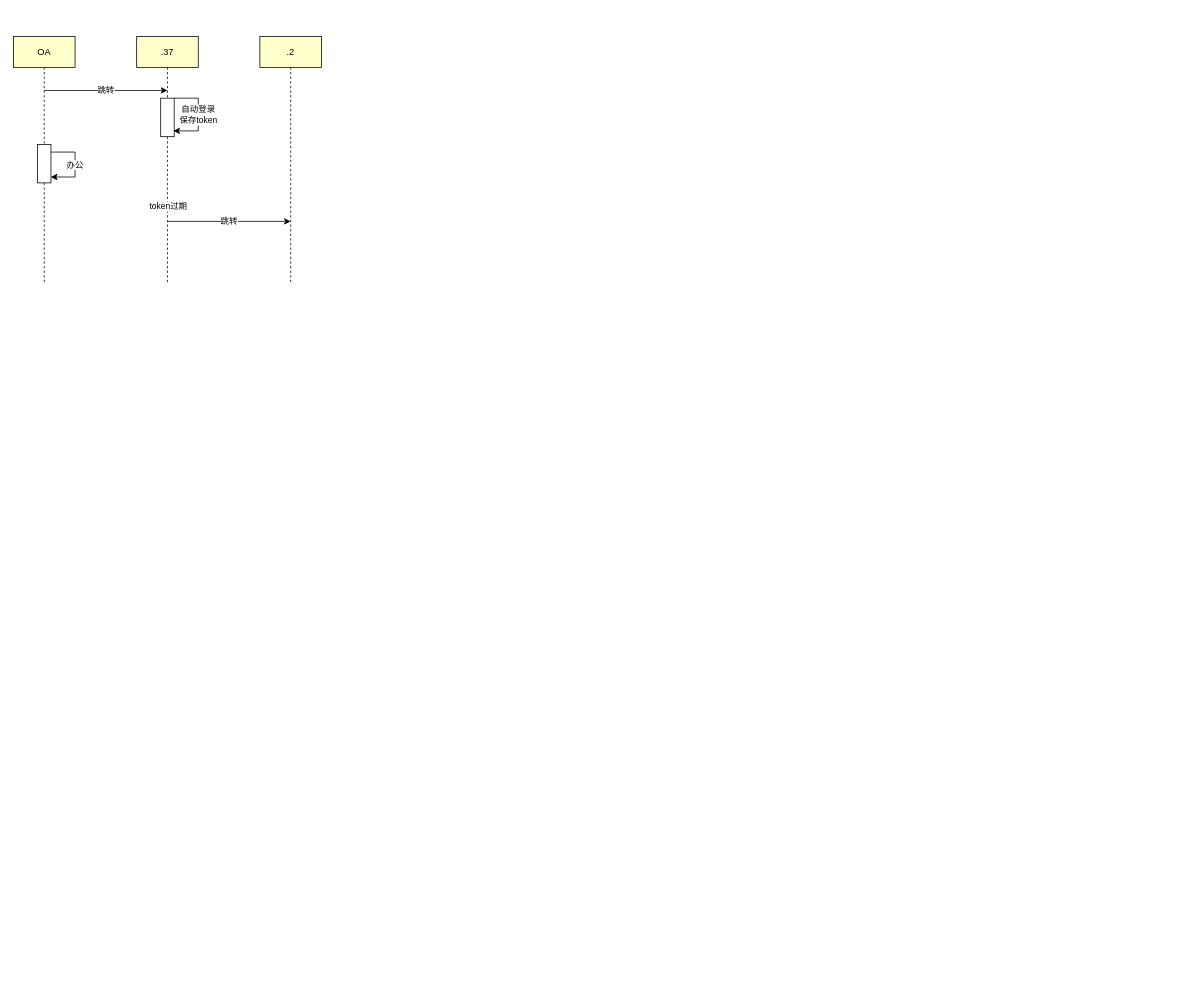
The draw.io diagram drawio/architecture.drawio in RainbowJier/GeneralLoginModule, before the edit. Source tidied: cells renumbered, new cells numbered last; positions are measured from the earlier drawing's top-left corner, leaving out a move shared by most shapes. Both pictures are drawn from the tidied source at 77%, with x=0, y=0 at pixel (13, 36).
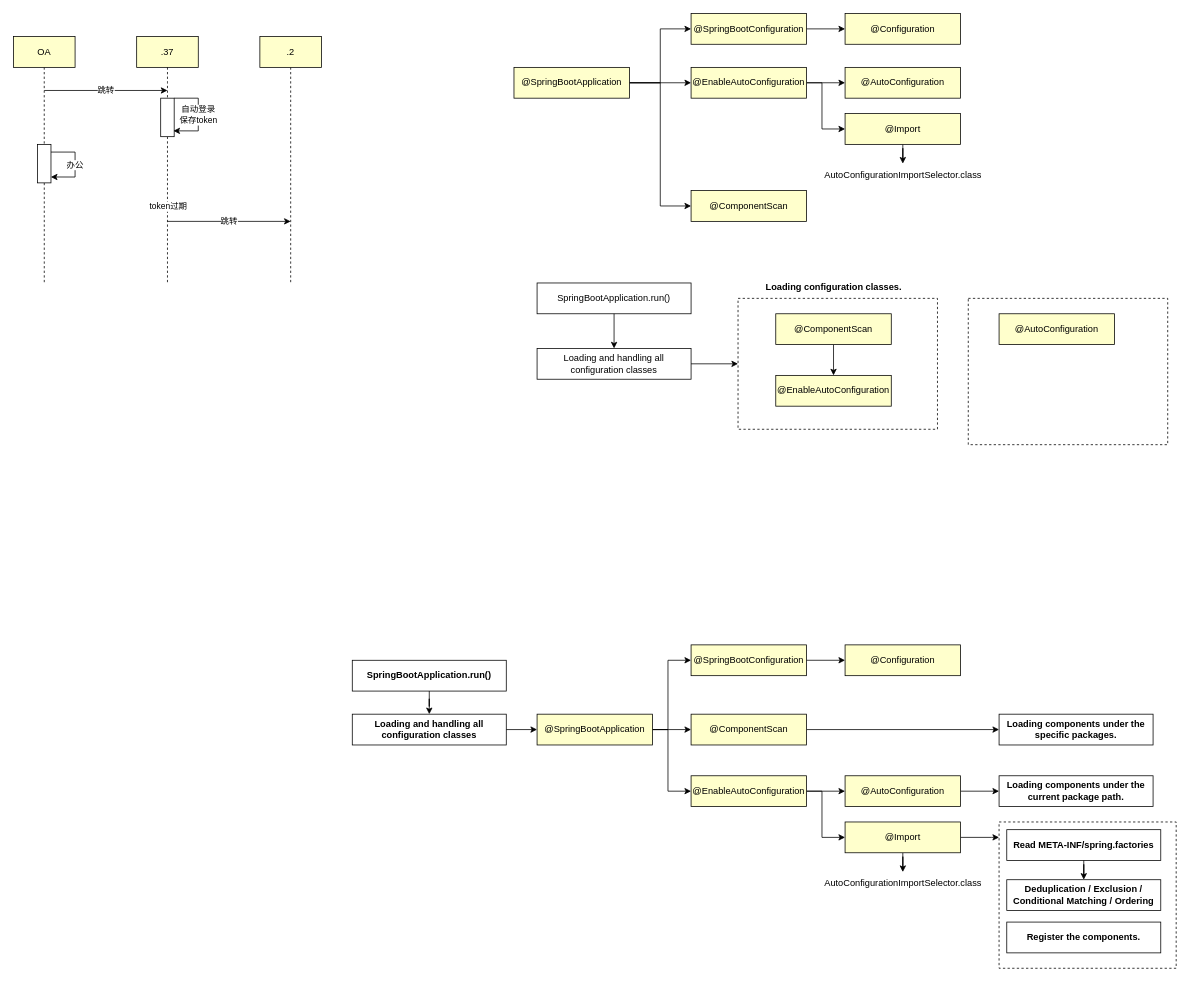
Above is the later version.

What changed in the source:
```diff
@@
+    <mxCell id="17" style="edgeStyle=orthogonalEdgeStyle;rounded=0;jettySize=auto;html=1;" parent="1" edge="1" source="20" target="25">
+      <mxGeometry relative="1" as="geometry">
+        <Array as="points">
+          <mxPoint x="840" y="60" />
+          <mxPoint x="840" y="220" />
+        </Array>
+      </mxGeometry>
+    </mxCell>
+    <mxCell id="18" style="edgeStyle=orthogonalEdgeStyle;rounded=0;jettySize=auto;html=1;" parent="1" edge="1" source="20" target="24">
+      <mxGeometry relative="1" as="geometry" />
+    </mxCell>
+    <mxCell id="19" style="edgeStyle=orthogonalEdgeStyle;rounded=0;jettySize=auto;html=1;entryX=0;entryY=0.5;entryDx=0;entryDy=0;" parent="1" edge="1" source="20" target="21">
+      <mxGeometry relative="1" as="geometry" />
+    </mxCell>
+    <mxCell id="20" value="@SpringBootApplication" style="rounded=0;whiteSpace=wrap;html=1;fillColor=#FFFFCC;" parent="1" vertex="1">
+      <mxGeometry x="650" y="40" width="150" height="40" as="geometry" />
+    </mxCell>
+    <mxCell id="21" value="@SpringBootConfiguration" style="rounded=0;whiteSpace=wrap;html=1;fillColor=#FFFFCC;" parent="1" vertex="1">
+      <mxGeometry x="880" y="-30" width="150" height="40" as="geometry" />
+    </mxCell>
+    <mxCell id="22" style="edgeStyle=orthogonalEdgeStyle;rounded=0;jettySize=auto;html=1;" parent="1" edge="1" source="24" target="26">
+      <mxGeometry relative="1" as="geometry" />
+    </mxCell>
+    <mxCell id="23" style="edgeStyle=orthogonalEdgeStyle;rounded=0;jettySize=auto;html=1;" parent="1" edge="1" source="24" target="30">
+      <mxGeometry relative="1" as="geometry">
+        <Array as="points">
+          <mxPoint x="1050" y="60" />
+          <mxPoint x="1050" y="120" />
+        </Array>
+      </mxGeometry>
+    </mxCell>
+    <mxCell id="24" value="@EnableAutoConfiguration" style="rounded=0;whiteSpace=wrap;html=1;fillColor=#FFFFCC;" parent="1" vertex="1">
+      <mxGeometry x="880" y="40" width="150" height="40" as="geometry" />
+    </mxCell>
+    <mxCell id="25" value="@ComponentScan" style="rounded=0;whiteSpace=wrap;html=1;fillColor=#FFFFCC;" parent="1" vertex="1">
+      <mxGeometry x="880" y="200" width="150" height="40" as="geometry" />
+    </mxCell>
+    <mxCell id="26" value="@AutoConfiguration" style="rounded=0;whiteSpace=wrap;html=1;fillColor=#FFFFCC;" parent="1" vertex="1">
+      <mxGeometry x="1080" y="40" width="150" height="40" as="geometry" />
+    </mxCell>
+    <mxCell id="27" style="edgeStyle=orthogonalEdgeStyle;rounded=0;jettySize=auto;html=1;" parent="1" edge="1" source="21" target="28">
+      <mxGeometry relative="1" as="geometry" />
+    </mxCell>
+    <mxCell id="28" value="@Configuration" style="rounded=0;whiteSpace=wrap;html=1;fillColor=#FFFFCC;" parent="1" vertex="1">
+      <mxGeometry x="1080" y="-30" width="150" height="40" as="geometry" />
+    </mxCell>
+    <mxCell id="29" style="edgeStyle=orthogonalEdgeStyle;rounded=0;jettySize=auto;html=1;" parent="1" edge="1" source="30" target="31">
+      <mxGeometry relative="1" as="geometry" />
+    </mxCell>
+    <mxCell id="30" value="@Import" style="rounded=0;whiteSpace=wrap;html=1;fillColor=#FFFFCC;" parent="1" vertex="1">
+      <mxGeometry x="1080" y="100" width="150" height="40" as="geometry" />
+    </mxCell>
+    <mxCell id="31" value="&lt;span style=&quot;text-wrap-mode: wrap;&quot;&gt;AutoConfigurationImportSelector.class&lt;/span&gt;" style="text;html=1;align=center;verticalAlign=middle;points=[];strokeColor=none;fillColor=none;" parent="1" vertex="1">
+      <mxGeometry x="1040" y="165" width="230" height="30" as="geometry" />
+    </mxCell>
+    <mxCell id="32" style="edgeStyle=orthogonalEdgeStyle;rounded=0;jettySize=auto;html=1;" parent="1" edge="1" source="33" target="35">
+      <mxGeometry relative="1" as="geometry" />
+    </mxCell>
+    <mxCell id="33" value="SpringBootApplication.run()" style="rounded=0;whiteSpace=wrap;html=1;fillColor=none;" parent="1" vertex="1">
+      <mxGeometry x="680" y="320" width="200" height="40" as="geometry" />
+    </mxCell>
+    <mxCell id="34" style="edgeStyle=orthogonalEdgeStyle;rounded=0;jettySize=auto;html=1;" parent="1" edge="1" source="35" target="36">
+      <mxGeometry relative="1" as="geometry" />
+    </mxCell>
+    <mxCell id="35" value="Loading and handling all configuration classes" style="rounded=0;whiteSpace=wrap;html=1;fillColor=none;" parent="1" vertex="1">
+      <mxGeometry x="680" y="405" width="200" height="40" as="geometry" />
+    </mxCell>
+    <mxCell id="36" style="rounded=0;whiteSpace=wrap;html=1;fillColor=none;dashed=1;" parent="1" vertex="1">
+      <mxGeometry x="941" y="340" width="259" height="170" as="geometry" />
+    </mxCell>
+    <mxCell id="37" style="edgeStyle=orthogonalEdgeStyle;rounded=0;jettySize=auto;html=1;" parent="1" edge="1" source="38" target="39">
+      <mxGeometry relative="1" as="geometry" />
+    </mxCell>
+    <mxCell id="38" value="@ComponentScan" style="rounded=0;whiteSpace=wrap;html=1;fillColor=#FFFFCC;" parent="1" vertex="1">
+      <mxGeometry x="990" y="360" width="150" height="40" as="geometry" />
+    </mxCell>
+    <mxCell id="39" value="@EnableAutoConfiguration" style="rounded=0;whiteSpace=wrap;html=1;fillColor=#FFFFCC;" parent="1" vertex="1">
+      <mxGeometry x="990" y="440" width="150" height="40" as="geometry" />
+    </mxCell>
+    <mxCell id="40" value="Loading configuration classes." style="text;html=1;align=center;verticalAlign=middle;strokeColor=none;fillColor=none;fontStyle=1;" parent="1" vertex="1">
+      <mxGeometry x="975" y="310" width="180" height="30" as="geometry" />
+    </mxCell>
+    <mxCell id="41" style="rounded=0;whiteSpace=wrap;html=1;fillColor=none;dashed=1;" parent="1" vertex="1">
+      <mxGeometry x="1240" y="340" width="259" height="190" as="geometry" />
+    </mxCell>
+    <mxCell id="42" value="@AutoConfiguration" style="rounded=0;whiteSpace=wrap;html=1;fillColor=#FFFFCC;" parent="1" vertex="1">
+      <mxGeometry x="1280" y="360" width="150" height="40" as="geometry" />
+    </mxCell>
+    <mxCell id="43" style="edgeStyle=orthogonalEdgeStyle;rounded=0;jettySize=auto;html=1;entryX=0;entryY=0.5;entryDx=0;entryDy=0;" parent="1" edge="1" source="46" target="47">
+      <mxGeometry relative="1" as="geometry">
+        <Array as="points">
+          <mxPoint x="850" y="900" />
+          <mxPoint x="850" y="810" />
+        </Array>
+      </mxGeometry>
+    </mxCell>
+    <mxCell id="44" style="edgeStyle=orthogonalEdgeStyle;rounded=0;jettySize=auto;html=1;" parent="1" edge="1" source="46" target="52">
+      <mxGeometry relative="1" as="geometry" />
+    </mxCell>
+    <mxCell id="45" style="edgeStyle=orthogonalEdgeStyle;rounded=0;jettySize=auto;html=1;" parent="1" edge="1" source="46" target="50">
+      <mxGeometry relative="1" as="geometry">
+        <Array as="points">
+          <mxPoint x="850" y="900" />
+          <mxPoint x="850" y="980" />
+        </Array>
+      </mxGeometry>
+    </mxCell>
+    <mxCell id="46" value="@SpringBootApplication" style="rounded=0;whiteSpace=wrap;html=1;fillColor=#FFFFCC;" parent="1" vertex="1">
+      <mxGeometry x="680" y="880" width="150" height="40" as="geometry" />
+    </mxCell>
+    <mxCell id="47" value="@SpringBootConfiguration" style="rounded=0;whiteSpace=wrap;html=1;fillColor=#FFFFCC;" parent="1" vertex="1">
+      <mxGeometry x="880" y="790" width="150" height="40" as="geometry" />
+    </mxCell>
+    <mxCell id="48" style="edgeStyle=orthogonalEdgeStyle;rounded=0;jettySize=auto;html=1;" parent="1" edge="1" source="50" target="54">
+      <mxGeometry relative="1" as="geometry" />
+    </mxCell>
+    <mxCell id="49" style="edgeStyle=orthogonalEdgeStyle;rounded=0;jettySize=auto;html=1;" parent="1" edge="1" source="50" target="59">
+      <mxGeometry relative="1" as="geometry">
+        <Array as="points">
+          <mxPoint x="1050" y="980" />
+          <mxPoint x="1050" y="1040" />
+        </Array>
+      </mxGeometry>
+    </mxCell>
+    <mxCell id="50" value="@EnableAutoConfiguration" style="rounded=0;whiteSpace=wrap;html=1;fillColor=#FFFFCC;" parent="1" vertex="1">
+      <mxGeometry x="880" y="960" width="150" height="40" as="geometry" />
+    </mxCell>
+    <mxCell id="51" style="edgeStyle=orthogonalEdgeStyle;rounded=0;jettySize=auto;html=1;" parent="1" edge="1" source="52" target="66">
+      <mxGeometry relative="1" as="geometry" />
+    </mxCell>
+    <mxCell id="52" value="@ComponentScan" style="rounded=0;whiteSpace=wrap;html=1;fillColor=#FFFFCC;" parent="1" vertex="1">
+      <mxGeometry x="880" y="880" width="150" height="40" as="geometry" />
+    </mxCell>
+    <mxCell id="53" style="edgeStyle=orthogonalEdgeStyle;rounded=0;jettySize=auto;html=1;" parent="1" edge="1" source="54" target="65">
+      <mxGeometry relative="1" as="geometry" />
+    </mxCell>
+    <mxCell id="54" value="@AutoConfiguration" style="rounded=0;whiteSpace=wrap;html=1;fillColor=#FFFFCC;" parent="1" vertex="1">
+      <mxGeometry x="1080" y="960" width="150" height="40" as="geometry" />
+    </mxCell>
+    <mxCell id="55" style="edgeStyle=orthogonalEdgeStyle;rounded=0;jettySize=auto;html=1;" parent="1" edge="1" source="47" target="56">
+      <mxGeometry relative="1" as="geometry" />
+    </mxCell>
+    <mxCell id="56" value="@Configuration" style="rounded=0;whiteSpace=wrap;html=1;fillColor=#FFFFCC;" parent="1" vertex="1">
+      <mxGeometry x="1080" y="790" width="150" height="40" as="geometry" />
+    </mxCell>
+    <mxCell id="57" style="edgeStyle=orthogonalEdgeStyle;rounded=0;jettySize=auto;html=1;" parent="1" edge="1" source="59" target="60">
+      <mxGeometry relative="1" as="geometry" />
+    </mxCell>
+    <mxCell id="58" style="edgeStyle=orthogonalEdgeStyle;rounded=0;jettySize=auto;html=1;" parent="1" edge="1" source="59" target="67">
+      <mxGeometry relative="1" as="geometry">
+        <Array as="points">
+          <mxPoint x="1270" y="1040" />
+          <mxPoint x="1270" y="1040" />
+        </Array>
+      </mxGeometry>
+    </mxCell>
+    <mxCell id="59" value="@Import" style="rounded=0;whiteSpace=wrap;html=1;fillColor=#FFFFCC;" parent="1" vertex="1">
+      <mxGeometry x="1080" y="1020" width="150" height="40" as="geometry" />
+    </mxCell>
+    <mxCell id="60" value="&lt;span style=&quot;text-wrap-mode: wrap;&quot;&gt;AutoConfigurationImportSelector.class&lt;/span&gt;" style="text;html=1;align=center;verticalAlign=middle;points=[];strokeColor=none;fillColor=none;" parent="1" vertex="1">
+      <mxGeometry x="1040" y="1085" width="230" height="30" as="geometry" />
+    </mxCell>
+    <mxCell id="61" style="edgeStyle=orthogonalEdgeStyle;rounded=0;jettySize=auto;html=1;" parent="1" edge="1" source="62" target="64">
+      <mxGeometry relative="1" as="geometry" />
+    </mxCell>
+    <mxCell id="62" value="SpringBootApplication.run()" style="rounded=0;whiteSpace=wrap;html=1;fillColor=none;fontStyle=1;" parent="1" vertex="1">
+      <mxGeometry x="440" y="810" width="200" height="40" as="geometry" />
+    </mxCell>
+    <mxCell id="63" style="edgeStyle=orthogonalEdgeStyle;rounded=0;jettySize=auto;html=1;" parent="1" edge="1" source="64" target="46">
+      <mxGeometry relative="1" as="geometry" />
+    </mxCell>
+    <mxCell id="64" value="Loading and handling all configuration classes" style="rounded=0;whiteSpace=wrap;html=1;fillColor=none;fontStyle=1;" parent="1" vertex="1">
+      <mxGeometry x="440" y="880" width="200" height="40" as="geometry" />
+    </mxCell>
+    <mxCell id="65" value="Loading components under the current package path." style="rounded=0;whiteSpace=wrap;html=1;fillColor=none;fontStyle=1;" parent="1" vertex="1">
+      <mxGeometry x="1280" y="960" width="200" height="40" as="geometry" />
+    </mxCell>
+    <mxCell id="66" value="Loading components under the specific packages." style="rounded=0;whiteSpace=wrap;html=1;fillColor=none;fontStyle=1;" parent="1" vertex="1">
+      <mxGeometry x="1280" y="880" width="200" height="40" as="geometry" />
+    </mxCell>
+    <mxCell id="67" style="rounded=0;whiteSpace=wrap;html=1;fillColor=none;dashed=1;" parent="1" vertex="1">
+      <mxGeometry x="1280" y="1020" width="230" height="190" as="geometry" />
+    </mxCell>
+    <mxCell id="68" style="edgeStyle=orthogonalEdgeStyle;rounded=0;jettySize=auto;html=1;" parent="1" edge="1" source="69" target="70">
+      <mxGeometry relative="1" as="geometry" />
+    </mxCell>
+    <mxCell id="69" value="Read META-INF/spring.factories" style="rounded=0;whiteSpace=wrap;html=1;fillColor=none;fontStyle=1;" parent="1" vertex="1">
+      <mxGeometry x="1290" y="1030" width="200" height="40" as="geometry" />
+    </mxCell>
+    <mxCell id="70" value="Deduplication / Exclusion / Conditional Matching / Ordering" style="rounded=0;whiteSpace=wrap;html=1;fillColor=none;fontStyle=1;" parent="1" vertex="1">
+      <mxGeometry x="1290" y="1095" width="200" height="40" as="geometry" />
+    </mxCell>
+    <mxCell id="71" value="Register the components." style="rounded=0;whiteSpace=wrap;html=1;fillColor=none;fontStyle=1;" parent="1" vertex="1">
+      <mxGeometry x="1290" y="1150" width="200" height="40" as="geometry" />
+    </mxCell>
```
